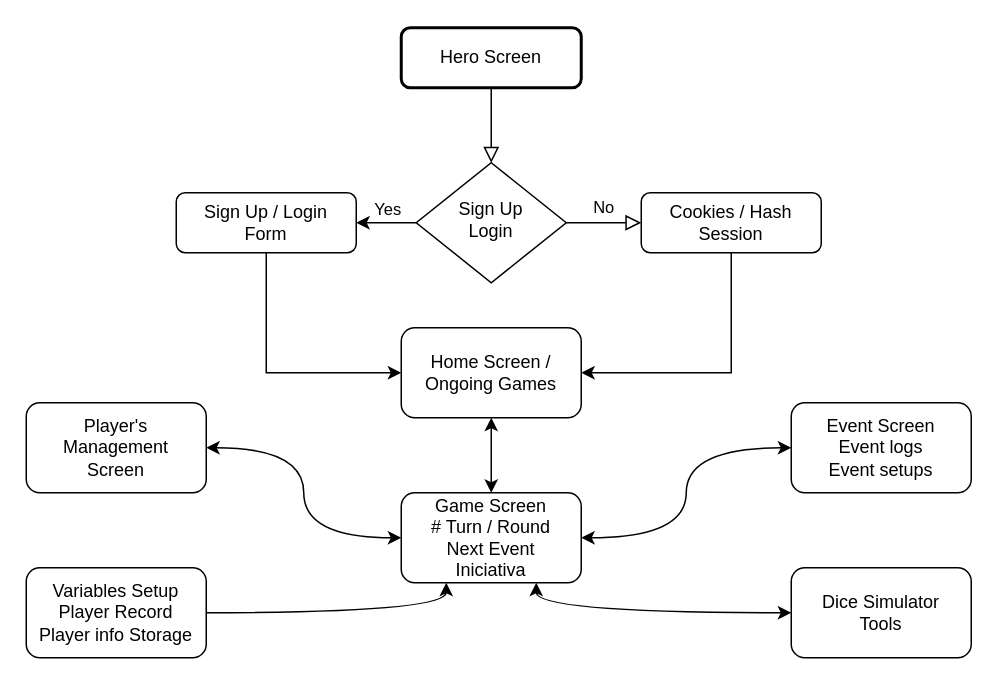
Ente-Insight/rol-app keeps this draw.io diagram as rol-app/concept/diagrams/client-flow/rol-flow-front.drawio. Above is the earlier version. Source tidied: cells renumbered, new cells numbered last; positions are measured from the earlier drawing's top-left corner, leaving out a move shared by most shapes. Both pictures are drawn from the tidied source at 150%, with x=0, y=0 at pixel (26, 27).
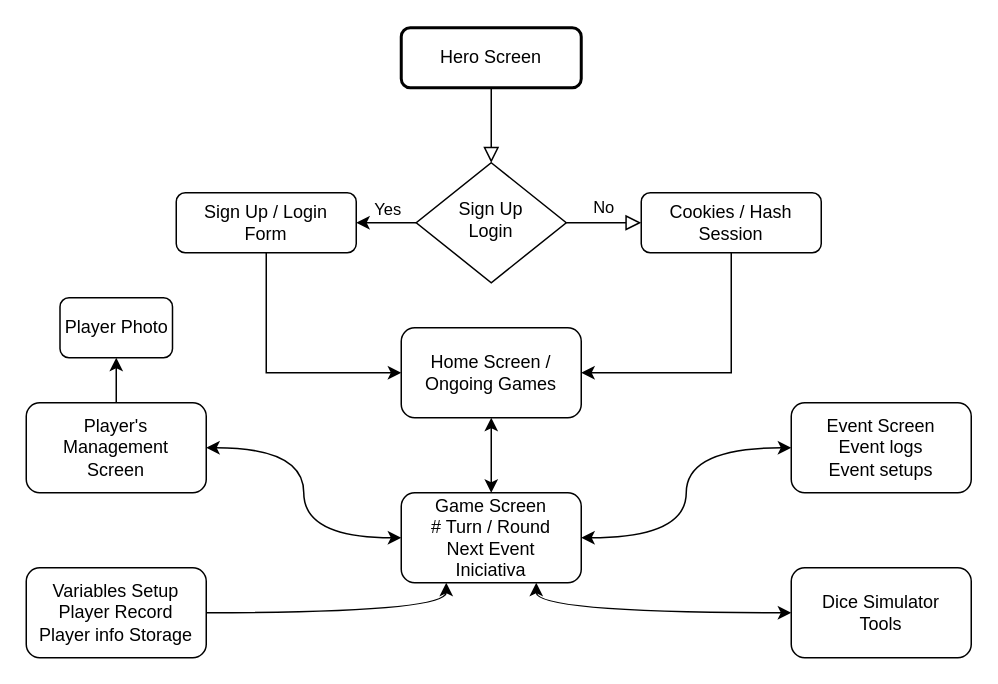
After the change.

Unchanged cells that the change refers to:
```xml
<mxCell id="13" value="Player's &lt;br&gt;Management&lt;br&gt;Screen" style="rounded=1;whiteSpace=wrap;html=1;" parent="1" vertex="1">
  <mxGeometry y="250" width="120" height="60" as="geometry" />
</mxCell>
```

The edit, as a diff of the source:
```diff
@@
+    <mxCell id="23" style="edgeStyle=orthogonalEdgeStyle;rounded=0;jettySize=auto;html=1;" parent="1" edge="1" source="13" target="24">
+      <mxGeometry relative="1" as="geometry" />
+    </mxCell>
@@
+    <mxCell id="24" value="Player Photo" style="whiteSpace=wrap;html=1;rounded=1;" parent="1" vertex="1">
+      <mxGeometry x="22.5" y="180" width="75" height="40" as="geometry" />
+    </mxCell>
```
